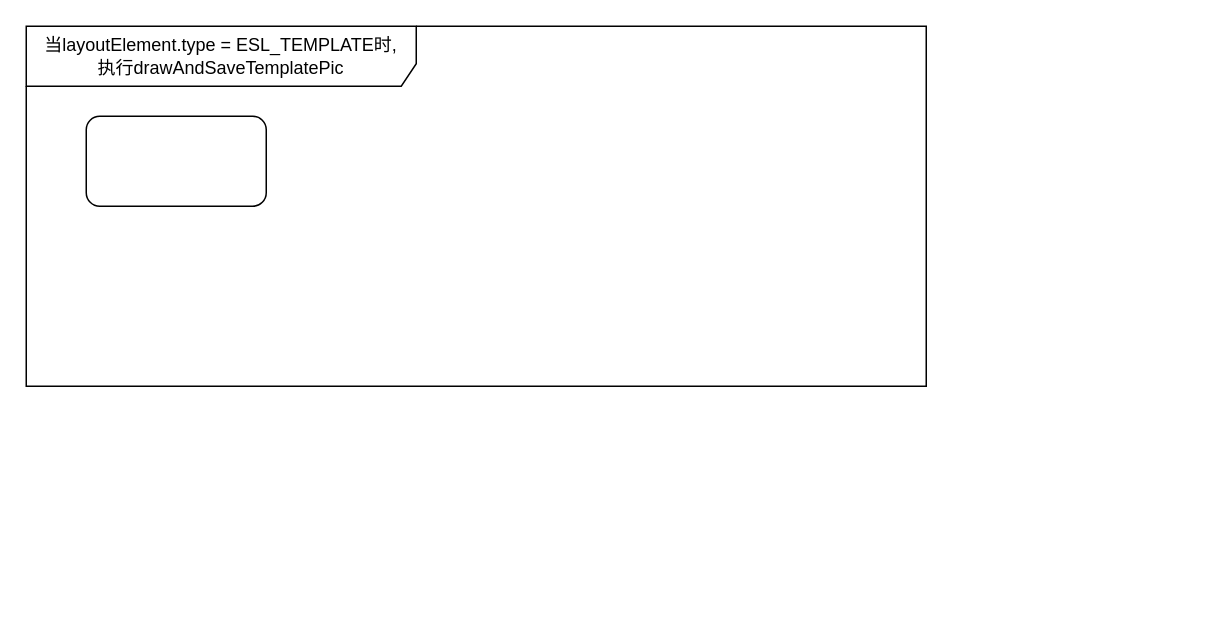
This is template-old-lcd.drawio from xuxu8511/draw.io, a draw.io file, before an edit. Source tidied: cells renumbered, new cells numbered last; positions are measured from the earlier drawing's top-left corner, leaving out a move shared by most shapes. Both pictures are drawn from the tidied source at 150%, with x=0, y=0 at pixel (26, 26).
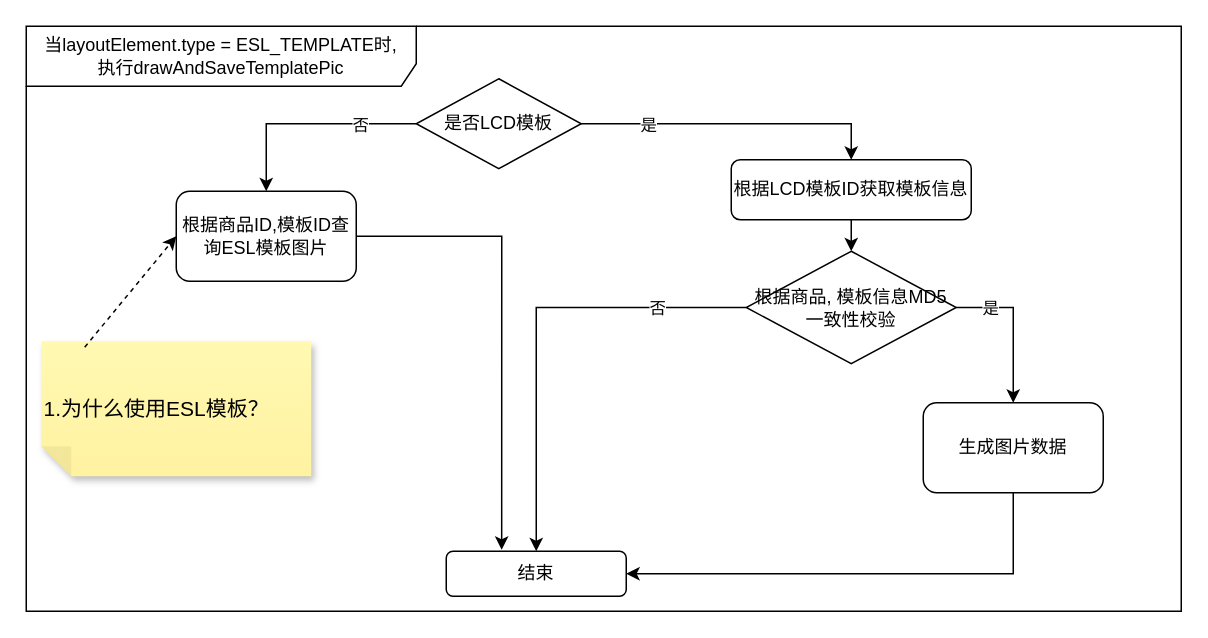
The same page after the edit.

What changed in the source:
```diff
@@
     <mxCell id="2" value="当layoutElement.type = ESL_TEMPLATE时,&lt;br&gt;执行drawAndSaveTemplatePic" style="shape=umlFrame;whiteSpace=wrap;html=1;width=260;height=40;" parent="1" vertex="1">
-      <mxGeometry width="600" height="240" as="geometry" />
+      <mxGeometry width="770" height="390" as="geometry" />
     </mxCell>
-    <mxCell id="3" style="rounded=1;whiteSpace=wrap;html=1;" parent="1" vertex="1">
-      <mxGeometry x="40" y="60" width="120" height="60" as="geometry" />
-    </mxCell>
+    <mxCell id="4" value="是否LCD模板" style="rhombus;whiteSpace=wrap;html=1;" parent="1" vertex="1">
+      <mxGeometry x="260" y="35" width="110" height="60" as="geometry" />
+    </mxCell>
+    <mxCell id="5" style="endArrow=classic;html=1;rounded=0;exitX=0;exitY=0.5;exitDx=0;exitDy=0;edgeStyle=orthogonalEdgeStyle;entryX=0.5;entryY=0;entryDx=0;entryDy=0;" parent="1" edge="1" source="4" target="7">
+      <mxGeometry relative="1" as="geometry" />
+    </mxCell>
+    <mxCell id="6" value="否" style="edgeLabel;html=1;align=center;verticalAlign=middle;" parent="5" vertex="1">
+      <mxGeometry x="-0.48" relative="1" as="geometry" />
+    </mxCell>
+    <mxCell id="7" value="根据商品ID,模板ID查询ESL模板图片" style="rounded=1;whiteSpace=wrap;html=1;" parent="1" vertex="1">
+      <mxGeometry x="100" y="110" width="120" height="60" as="geometry" />
+    </mxCell>
+    <mxCell id="8" value="&lt;font&gt;1.为什么使用ESL模板？&lt;br&gt;&lt;/font&gt;" style="shape=note;html=1;backgroundOutline=1;autosizeText=0;fontColor=#000000;darkOpacity=0.05;fillColor=#FFF9B2;strokeColor=none;fillStyle=solid;fontSize=14;direction=west;gradientDirection=north;gradientColor=#FFF2A1;shadow=1;size=20;align=left;verticalAlign=middle;" parent="1" vertex="1">
+      <mxGeometry x="10" y="210" width="180" height="90" as="geometry" />
+    </mxCell>
+    <mxCell id="9" style="endArrow=classic;html=1;rounded=0;exitX=0.839;exitY=0.956;exitDx=0;exitDy=0;exitPerimeter=0;entryX=0;entryY=0.5;entryDx=0;entryDy=0;dashed=1;" parent="1" edge="1" source="8" target="7">
+      <mxGeometry relative="1" as="geometry" />
+    </mxCell>
+    <mxCell id="10" value="根据商品, 模板信息MD5一致性校验" style="rounded=0;whiteSpace=wrap;html=1;shape=rhombus;perimeter=rhombusPerimeter;" parent="1" vertex="1">
+      <mxGeometry x="480" y="150" width="140" height="75" as="geometry" />
+    </mxCell>
+    <mxCell id="11" value="结束" style="rounded=1;whiteSpace=wrap;html=1;" parent="1" vertex="1">
+      <mxGeometry x="280" y="350" width="120" height="30" as="geometry" />
+    </mxCell>
+    <mxCell id="12" style="endArrow=classic;html=1;rounded=0;edgeStyle=orthogonalEdgeStyle;exitX=0;exitY=0.5;exitDx=0;exitDy=0;entryX=0.5;entryY=0;entryDx=0;entryDy=0;" parent="1" edge="1" source="10" target="11">
+      <mxGeometry relative="1" as="geometry" />
+    </mxCell>
+    <mxCell id="13" value="否" style="edgeLabel;html=1;align=center;verticalAlign=middle;" parent="12" vertex="1">
+      <mxGeometry x="-0.68" y="2" relative="1" as="geometry">
+        <mxPoint x="-12" y="-2" as="offset" />
+      </mxGeometry>
+    </mxCell>
+    <mxCell id="14" style="endArrow=classic;html=1;rounded=0;exitX=1;exitY=0.5;exitDx=0;exitDy=0;entryX=0.5;entryY=0;entryDx=0;entryDy=0;edgeStyle=orthogonalEdgeStyle;" parent="1" edge="1" source="4" target="18">
+      <mxGeometry relative="1" as="geometry" />
+    </mxCell>
+    <mxCell id="15" value="是" style="edgeLabel;html=1;align=center;verticalAlign=middle;" parent="14" vertex="1">
+      <mxGeometry x="-0.34" y="-1" relative="1" as="geometry">
+        <mxPoint x="-23" y="-1" as="offset" />
+      </mxGeometry>
+    </mxCell>
+    <mxCell id="16" style="endArrow=classic;html=1;rounded=0;exitX=1;exitY=0.5;exitDx=0;exitDy=0;entryX=0.308;entryY=-0.033;entryDx=0;entryDy=0;entryPerimeter=0;edgeStyle=orthogonalEdgeStyle;" parent="1" edge="1" source="7" target="11">
+      <mxGeometry relative="1" as="geometry" />
+    </mxCell>
+    <mxCell id="17" value="生成图片数据" style="rounded=1;whiteSpace=wrap;html=1;" parent="1" vertex="1">
+      <mxGeometry x="598" y="251" width="120" height="60" as="geometry" />
+    </mxCell>
+    <mxCell id="18" value="根据LCD模板ID获取模板信息" style="rounded=1;whiteSpace=wrap;html=1;" parent="1" vertex="1">
+      <mxGeometry x="470" y="89" width="160" height="40" as="geometry" />
+    </mxCell>
+    <mxCell id="19" style="endArrow=classic;html=1;rounded=0;exitX=0.5;exitY=1;exitDx=0;exitDy=0;entryX=0.5;entryY=0;entryDx=0;entryDy=0;" parent="1" edge="1" source="18" target="10">
+      <mxGeometry relative="1" as="geometry" />
+    </mxCell>
+    <mxCell id="20" style="endArrow=classic;html=1;rounded=0;exitX=0.5;exitY=1;exitDx=0;exitDy=0;entryX=1;entryY=0.5;entryDx=0;entryDy=0;edgeStyle=orthogonalEdgeStyle;" parent="1" edge="1" source="17" target="11">
+      <mxGeometry relative="1" as="geometry" />
+    </mxCell>
+    <mxCell id="21" style="endArrow=classic;html=1;rounded=0;exitX=1;exitY=0.5;exitDx=0;exitDy=0;entryX=0.5;entryY=0;entryDx=0;entryDy=0;edgeStyle=orthogonalEdgeStyle;" parent="1" edge="1" source="10" target="17">
+      <mxGeometry relative="1" as="geometry" />
+    </mxCell>
+    <mxCell id="22" value="是" style="edgeLabel;html=1;align=center;verticalAlign=middle;" parent="21" vertex="1">
+      <mxGeometry x="-0.75" y="3" relative="1" as="geometry">
+        <mxPoint x="9" y="3" as="offset" />
+      </mxGeometry>
+    </mxCell>
```
